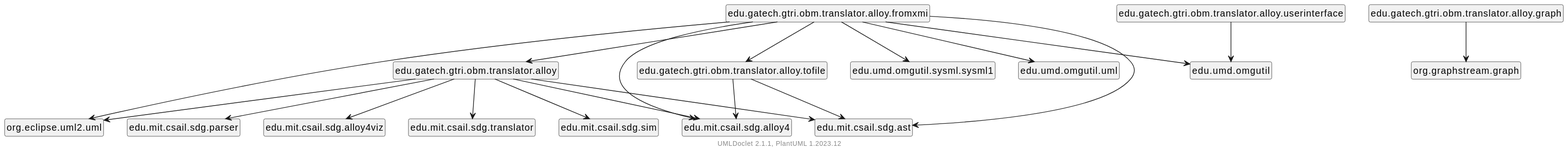
This is package-dependencies.svg from ontological-behavior-modeling/tester, a PlantUML export, as it was before one commit.
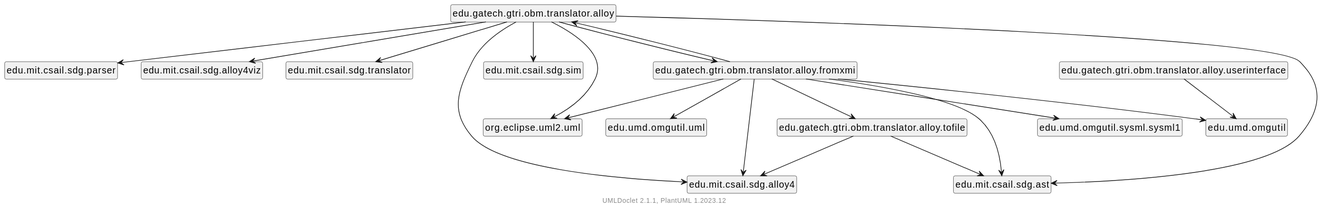
After the commit.

Change to the diagram source:
```diff
@@ -5,25 +5,25 @@
     hide empty fields
     hide empty methods
 
+    edu.gatech.gtri.obm.translator.alloy --> edu.mit.csail.sdg.ast
     edu.gatech.gtri.obm.translator.alloy --> edu.mit.csail.sdg.parser
-    edu.gatech.gtri.obm.translator.alloy --> edu.mit.csail.sdg.ast
-    edu.gatech.gtri.obm.translator.alloy --> org.eclipse.uml2.uml
     edu.gatech.gtri.obm.translator.alloy --> edu.mit.csail.sdg.alloy4viz
     edu.gatech.gtri.obm.translator.alloy --> edu.mit.csail.sdg.translator
     edu.gatech.gtri.obm.translator.alloy --> edu.mit.csail.sdg.alloy4
     edu.gatech.gtri.obm.translator.alloy --> edu.mit.csail.sdg.sim
-    edu.gatech.gtri.obm.translator.alloy.fromxmi --> edu.gatech.gtri.obm.translator.alloy
+    edu.gatech.gtri.obm.translator.alloy --> edu.gatech.gtri.obm.translator.alloy.fromxmi
+    edu.gatech.gtri.obm.translator.alloy --> org.eclipse.uml2.uml
     edu.gatech.gtri.obm.translator.alloy.fromxmi --> edu.mit.csail.sdg.ast
-    edu.gatech.gtri.obm.translator.alloy.fromxmi --> edu.gatech.gtri.obm.translator.alloy.tofile
     edu.gatech.gtri.obm.translator.alloy.fromxmi --> edu.mit.csail.sdg.alloy4
     edu.gatech.gtri.obm.translator.alloy.fromxmi --> edu.umd.omgutil.sysml.sysml1
     edu.gatech.gtri.obm.translator.alloy.fromxmi --> edu.umd.omgutil
     edu.gatech.gtri.obm.translator.alloy.fromxmi --> org.eclipse.uml2.uml
     edu.gatech.gtri.obm.translator.alloy.fromxmi --> edu.umd.omgutil.uml
+    edu.gatech.gtri.obm.translator.alloy.fromxmi --> edu.gatech.gtri.obm.translator.alloy
+    edu.gatech.gtri.obm.translator.alloy.fromxmi --> edu.gatech.gtri.obm.translator.alloy.tofile
     edu.gatech.gtri.obm.translator.alloy.tofile --> edu.mit.csail.sdg.ast
     edu.gatech.gtri.obm.translator.alloy.tofile --> edu.mit.csail.sdg.alloy4
     edu.gatech.gtri.obm.translator.alloy.userinterface --> edu.umd.omgutil
-    edu.gatech.gtri.obm.translator.alloy.graph --> org.graphstream.graph
 
     class "edu.gatech.gtri.obm.translator.alloy" [[edu/gatech/gtri/obm/translator/alloy/package-summary.html]] {
     }
@@ -33,7 +33,5 @@
     }
     class "edu.gatech.gtri.obm.translator.alloy.userinterface" [[edu/gatech/gtri/obm/translator/alloy/userinterface/package-summary.html]] {
     }
-    class "edu.gatech.gtri.obm.translator.alloy.graph" [[edu/gatech/gtri/obm/translator/alloy/graph/package-summary.html]] {
-    }
     center footer UMLDoclet 2.1.1, PlantUML %version()
 @enduml
```
